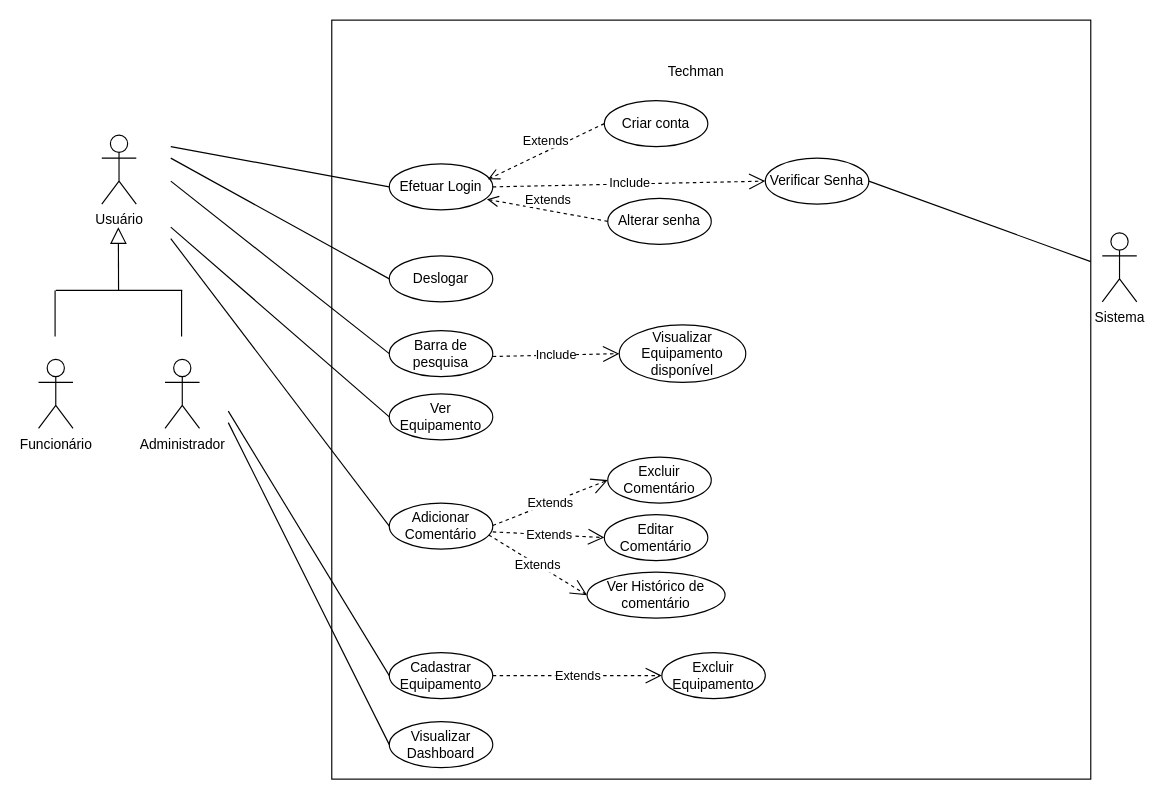
The draw.io diagram Levantamento de requisitos/Caso de uso/projetoBase.drawio in GustavoHenriqueFerreira/Projeto_Base, before the edit. Source tidied: cells renumbered, new cells numbered last; positions are measured from the earlier drawing's top-left corner, leaving out a move shared by most shapes. Both pictures are drawn from the tidied source at 115%, with x=0, y=0 at pixel (38, 20).
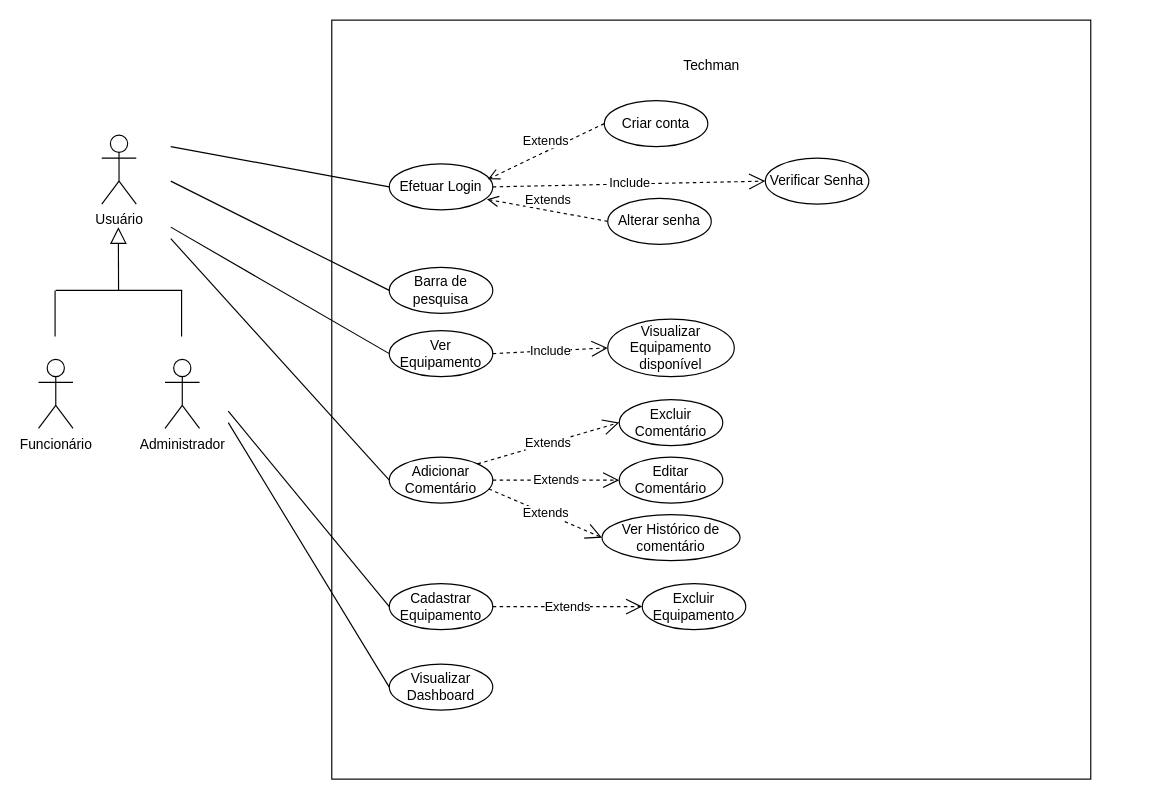
The same diagram, later.

The change refers to these unchanged cells:
```xml
<mxCell id="26" value="Verificar Senha" style="ellipse;whiteSpace=wrap;html=1;" parent="1" vertex="1">
  <mxGeometry x="632" y="120" width="90" height="40" as="geometry" />
</mxCell>
```

What changed in the source:
```diff
@@
-    <mxCell id="3" value="Sistema" style="shape=umlActor;verticalLabelPosition=bottom;verticalAlign=top;html=1;" parent="1" vertex="1">
-      <mxGeometry x="925" y="185" width="30" height="60" as="geometry" />
-    </mxCell>
@@
     <mxCell id="5" value="Techman" style="text;html=1;strokeColor=none;fillColor=none;align=center;verticalAlign=middle;whiteSpace=wrap;rounded=0;" parent="1" vertex="1">
-      <mxGeometry x="542" y="30" width="60" height="30" as="geometry" />
+      <mxGeometry x="533.5" y="20" width="103" height="40" as="geometry" />
     </mxCell>
     <mxCell id="6" value="Cadastrar Equipamento" style="ellipse;whiteSpace=wrap;html=1;" parent="1" vertex="1">
-      <mxGeometry x="305" y="550" width="90" height="40" as="geometry" />
+      <mxGeometry x="305" y="490" width="90" height="40" as="geometry" />
     </mxCell>
@@
     <mxCell id="8" value="Excluir Equipamento" style="ellipse;whiteSpace=wrap;html=1;" parent="1" vertex="1">
-      <mxGeometry x="542" y="550" width="90" height="40" as="geometry" />
+      <mxGeometry x="525" y="490" width="90" height="40" as="geometry" />
     </mxCell>
@@
     <mxCell id="10" value="Adicionar Comentário" style="ellipse;whiteSpace=wrap;html=1;" parent="1" vertex="1">
-      <mxGeometry x="305" y="420" width="90" height="40" as="geometry" />
+      <mxGeometry x="305" y="380" width="90" height="40" as="geometry" />
     </mxCell>
-    <mxCell id="11" value="Deslogar" style="ellipse;whiteSpace=wrap;html=1;" parent="1" vertex="1">
-      <mxGeometry x="305" y="205" width="90" height="40" as="geometry" />
-    </mxCell>
     <mxCell id="12" value="Ver Equipamento" style="ellipse;whiteSpace=wrap;html=1;" parent="1" vertex="1">
-      <mxGeometry x="305" y="325" width="90" height="40" as="geometry" />
+      <mxGeometry x="305" y="270" width="90" height="40" as="geometry" />
     </mxCell>
     <mxCell id="13" value="Excluir Comentário" style="ellipse;whiteSpace=wrap;html=1;" parent="1" vertex="1">
-      <mxGeometry x="495" y="380" width="90" height="40" as="geometry" />
+      <mxGeometry x="505" y="330" width="90" height="40" as="geometry" />
     </mxCell>
     <mxCell id="14" value="Editar Comentário" style="ellipse;whiteSpace=wrap;html=1;" parent="1" vertex="1">
-      <mxGeometry x="492" y="430" width="90" height="40" as="geometry" />
+      <mxGeometry x="505" y="380" width="90" height="40" as="geometry" />
     </mxCell>
     <mxCell id="15" value="Ver Histórico de comentário" style="ellipse;whiteSpace=wrap;html=1;" parent="1" vertex="1">
-      <mxGeometry x="477" y="480" width="120" height="40" as="geometry" />
+      <mxGeometry x="490" y="430" width="120" height="40" as="geometry" />
     </mxCell>
     <mxCell id="16" value="Visualizar Equipamento disponível" style="ellipse;whiteSpace=wrap;html=1;" parent="1" vertex="1">
-      <mxGeometry x="505" y="265" width="110" height="50" as="geometry" />
+      <mxGeometry x="495" y="260" width="110" height="50" as="geometry" />
     </mxCell>
@@
     <mxCell id="18" value="Visualizar Dashboard" style="ellipse;whiteSpace=wrap;html=1;" parent="1" vertex="1">
-      <mxGeometry x="305" y="610" width="90" height="40" as="geometry" />
+      <mxGeometry x="305" y="560" width="90" height="40" as="geometry" />
     </mxCell>
     <mxCell id="19" value="Barra de pesquisa" style="ellipse;whiteSpace=wrap;html=1;" parent="1" vertex="1">
-      <mxGeometry x="305" y="270" width="90" height="40" as="geometry" />
+      <mxGeometry x="305" y="215" width="90" height="40" as="geometry" />
     </mxCell>
@@
-    <mxCell id="29" style="endArrow=none;html=1;rounded=0;entryX=0;entryY=0.5;entryDx=0;entryDy=0;" parent="1" edge="1" target="11">
-      <mxGeometry relative="1" as="geometry">
-        <mxPoint x="115" y="120" as="sourcePoint" />
-      </mxGeometry>
-    </mxCell>
@@
-    <mxCell id="37" style="endArrow=none;html=1;rounded=0;entryX=1;entryY=0.5;entryDx=0;entryDy=0;" parent="1" edge="1" target="26">
-      <mxGeometry relative="1" as="geometry">
-        <mxPoint x="915" y="210" as="sourcePoint" />
-      </mxGeometry>
-    </mxCell>
@@
-    <mxCell id="39" value="Extends" style="endArrow=open;endSize=12;dashed=1;html=1;rounded=0;exitX=1;exitY=0.5;exitDx=0;exitDy=0;entryX=0;entryY=0.5;entryDx=0;entryDy=0;" parent="1" edge="1" target="13">
-      <mxGeometry relative="1" as="geometry">
-        <mxPoint x="395" y="439.5" as="sourcePoint" />
-      </mxGeometry>
+    <mxCell id="39" value="Extends" style="endArrow=open;endSize=12;dashed=1;html=1;rounded=0;exitX=1;exitY=0;exitDx=0;exitDy=0;entryX=0;entryY=0.5;entryDx=0;entryDy=0;" parent="1" edge="1" source="10" target="13">
+      <mxGeometry relative="1" as="geometry" />
     </mxCell>
-    <mxCell id="40" value="Extends" style="endArrow=open;endSize=12;dashed=1;html=1;rounded=0;exitX=1;exitY=0.5;exitDx=0;exitDy=0;entryX=0;entryY=0.5;entryDx=0;entryDy=0;" parent="1" edge="1" target="14">
-      <mxGeometry relative="1" as="geometry">
-        <mxPoint x="395" y="445" as="sourcePoint" />
-      </mxGeometry>
+    <mxCell id="40" value="Extends" style="endArrow=open;endSize=12;dashed=1;html=1;rounded=0;exitX=1;exitY=0.5;exitDx=0;exitDy=0;entryX=0;entryY=0.5;entryDx=0;entryDy=0;" parent="1" edge="1" source="10" target="14">
+      <mxGeometry relative="1" as="geometry" />
     </mxCell>
@@
-    <mxCell id="42" value="Include" style="endArrow=open;endSize=12;dashed=1;html=1;rounded=0;exitX=1;exitY=0.5;exitDx=0;exitDy=0;entryX=0;entryY=0.5;entryDx=0;entryDy=0;" parent="1" edge="1" target="16">
-      <mxGeometry relative="1" as="geometry">
-        <mxPoint x="395" y="292.5" as="sourcePoint" />
-      </mxGeometry>
+    <mxCell id="42" value="Include" style="endArrow=open;endSize=12;dashed=1;html=1;rounded=0;exitX=1;exitY=0.5;exitDx=0;exitDy=0;entryX=0;entryY=0.5;entryDx=0;entryDy=0;" parent="1" edge="1" source="12" target="16">
+      <mxGeometry relative="1" as="geometry" />
     </mxCell>
```
